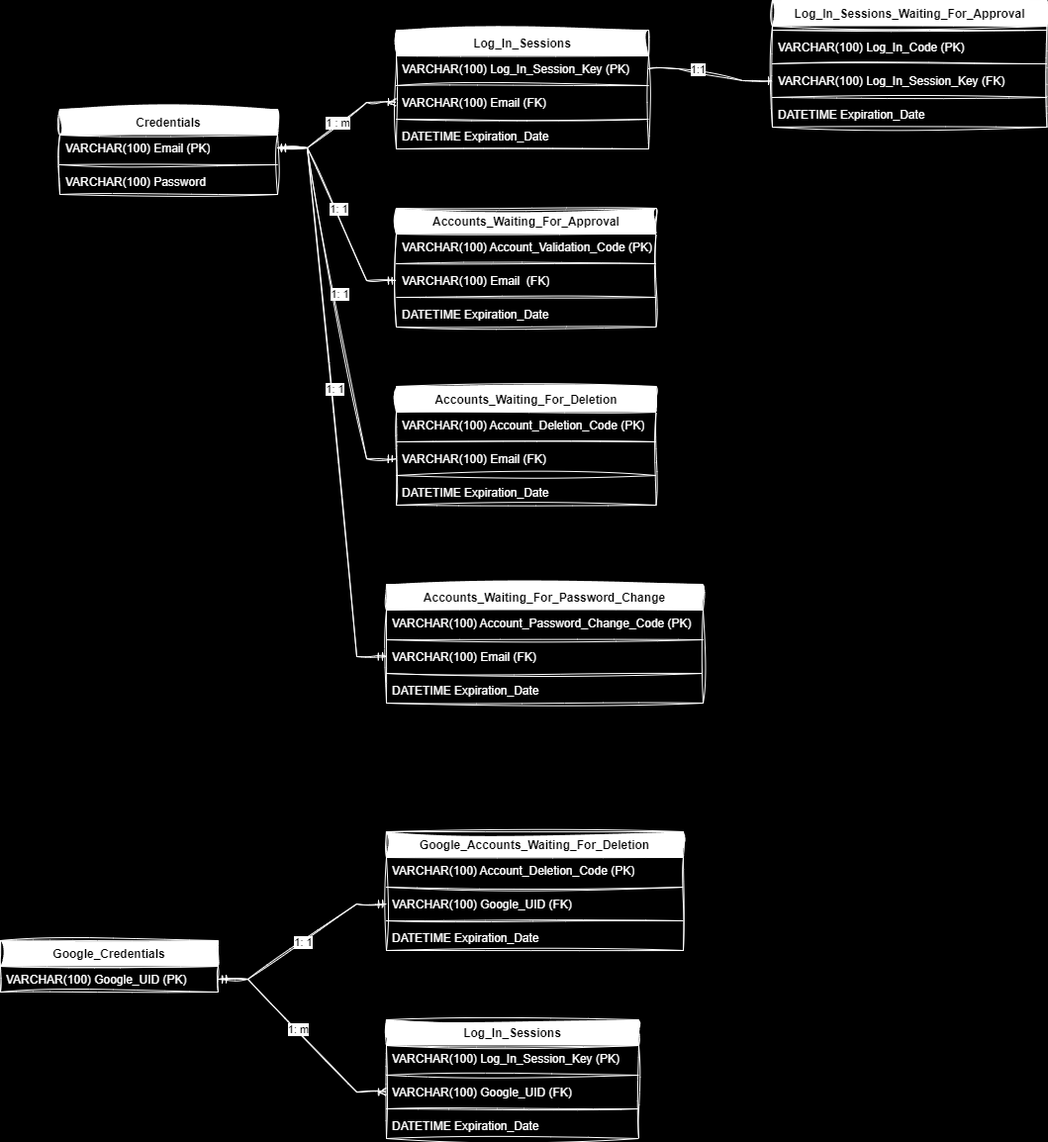
Above: ThethaFTP_DB.png in CSharpTeoMan911/ThetaFTP (draw.io), before the change. Source tidied: cells renumbered, new cells last; positions are measured from the earlier drawing's top-left corner, leaving out a move shared by most shapes.
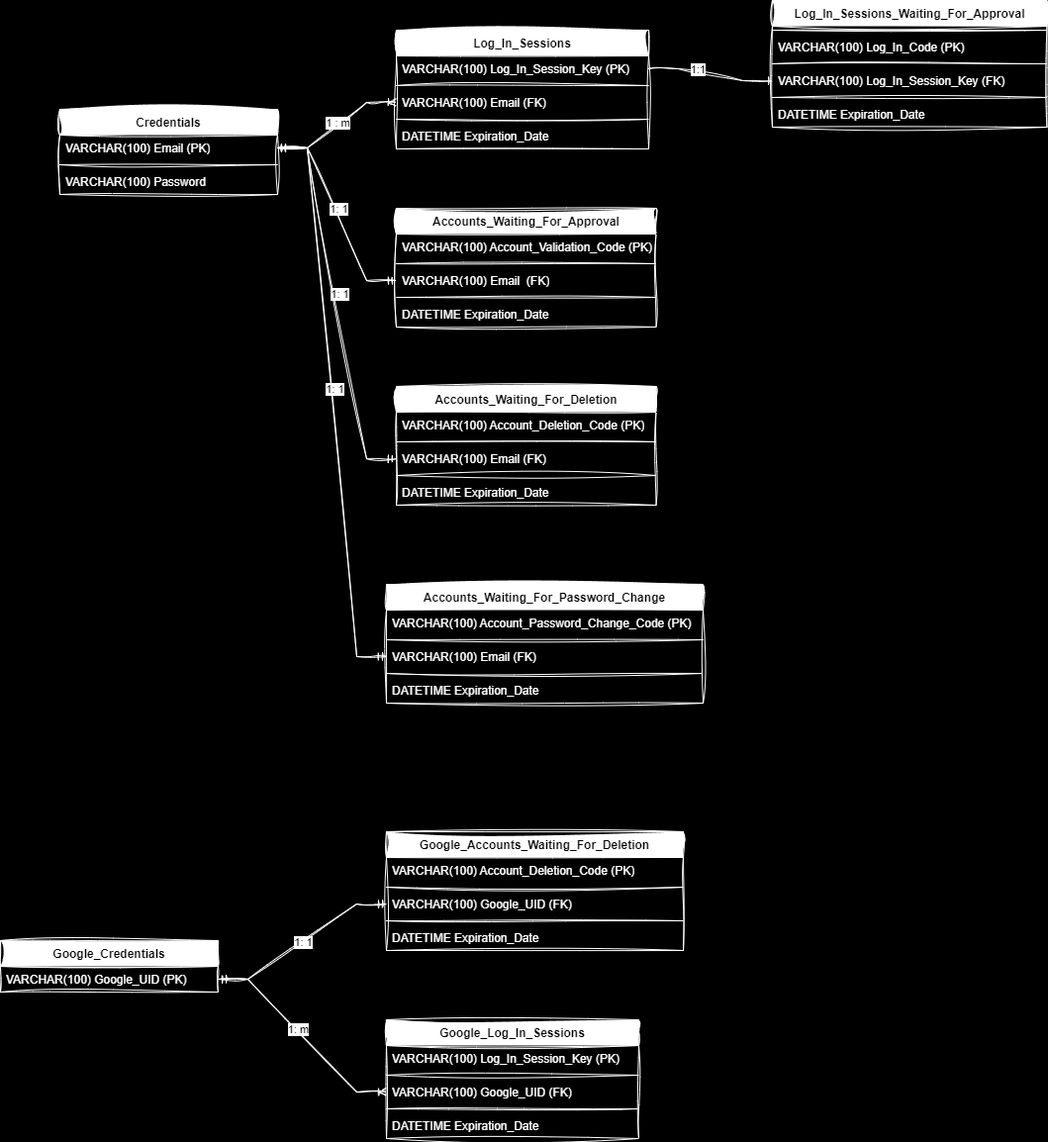
After the change.

Change to the diagram source:
```diff
@@ -173,7 +173,7 @@
     <mxCell id="56" value="&lt;span style=&quot;font-family: Helvetica;&quot;&gt;1: 1&lt;/span&gt;" style="edgeLabel;html=1;align=center;verticalAlign=middle;sketch=1;hachureGap=4;jiggle=2;curveFitting=1;fontFamily=Architects Daughter;fontSource=https%3A%2F%2Ffonts.googleapis.com%2Fcss%3Ffamily%3DArchitects%2BDaughter;" parent="55" vertex="1">
       <mxGeometry y="-1" relative="1" as="geometry" />
     </mxCell>
-    <mxCell id="57" value="&lt;font style=&quot;color: rgb(0, 0, 0);&quot;&gt;Log_In_Sessions&lt;/font&gt;" style="swimlane;fontStyle=1;align=center;verticalAlign=top;horizontal=1;startSize=26;whiteSpace=wrap;html=1;strokeColor=#FFFFFF;sketch=1;curveFitting=1;jiggle=2;" parent="1" vertex="1">
+    <mxCell id="57" value="&lt;font style=&quot;color: rgb(0, 0, 0);&quot;&gt;Google_Log_In_Sessions&lt;/font&gt;" style="swimlane;fontStyle=1;align=center;verticalAlign=top;horizontal=1;startSize=26;whiteSpace=wrap;html=1;strokeColor=#FFFFFF;sketch=1;curveFitting=1;jiggle=2;" parent="1" vertex="1">
       <mxGeometry x="390" y="1120" width="255" height="120" as="geometry" />
     </mxCell>
     <mxCell id="58" value="VARCHAR(100) Log_In_Session_Key (PK)&amp;nbsp;" style="text;strokeColor=none;fillColor=none;align=left;verticalAlign=top;spacingLeft=4;spacingRight=4;overflow=hidden;whiteSpace=wrap;html=1;fontColor=#FFFFFF;sketch=1;curveFitting=1;jiggle=2;" parent="57" vertex="1">
```
